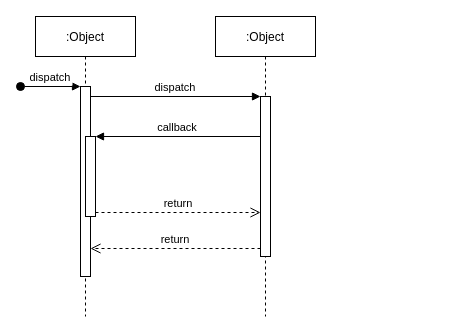
The draw.io diagram Untitled Diagram.drawio in zq2020520/-, before the edit. Source tidied: cells renumbered, new cells numbered last; positions are measured from the earlier drawing's top-left corner, leaving out a move shared by most shapes. Both pictures are drawn from the tidied source at 100%, with x=0, y=0 at pixel (20, 16).
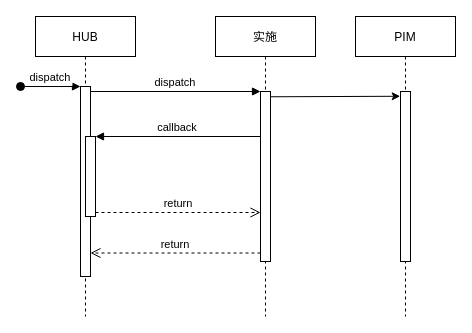
Above is the later version.

Change to the diagram source:
```diff
@@
 <mxGraphModel>
   <root>
     <mxCell id="0" />
     <mxCell id="1" parent="0" />
-    <mxCell id="2" value=":Object" style="shape=umlLifeline;perimeter=lifelinePerimeter;rounded=0;shadow=0;strokeWidth=1;" parent="1" vertex="1">
+    <mxCell id="2" value="HUB" style="shape=umlLifeline;perimeter=lifelinePerimeter;rounded=0;shadow=0;strokeWidth=1;" parent="1" vertex="1">
       <mxGeometry x="15" width="100" height="300" as="geometry" />
     </mxCell>
     <mxCell id="3" style="points=[];perimeter=orthogonalPerimeter;rounded=0;shadow=0;strokeWidth=1;" parent="2" vertex="1">
       <mxGeometry x="45" y="70" width="10" height="190" as="geometry" />
     </mxCell>
     <mxCell id="4" value="dispatch" style="verticalAlign=bottom;startArrow=oval;endArrow=block;startSize=8;shadow=0;strokeWidth=1;" parent="2" edge="1" target="3">
       <mxGeometry relative="1" as="geometry">
         <mxPoint x="-15" y="70" as="sourcePoint" />
       </mxGeometry>
     </mxCell>
     <mxCell id="5" style="points=[];perimeter=orthogonalPerimeter;rounded=0;shadow=0;strokeWidth=1;" parent="2" vertex="1">
       <mxGeometry x="50" y="120" width="10" height="80" as="geometry" />
     </mxCell>
-    <mxCell id="6" value=":Object" style="shape=umlLifeline;perimeter=lifelinePerimeter;rounded=0;shadow=0;strokeWidth=1;" parent="1" vertex="1">
+    <mxCell id="6" value="实施" style="shape=umlLifeline;perimeter=lifelinePerimeter;rounded=0;shadow=0;strokeWidth=1;" parent="1" vertex="1">
       <mxGeometry x="195" width="100" height="300" as="geometry" />
     </mxCell>
     <mxCell id="7" style="points=[];perimeter=orthogonalPerimeter;rounded=0;shadow=0;strokeWidth=1;" parent="6" vertex="1">
-      <mxGeometry x="45" y="80" width="10" height="160" as="geometry" />
+      <mxGeometry x="45" y="75" width="10" height="170" as="geometry" />
     </mxCell>
     <mxCell id="8" value="return" style="verticalAlign=bottom;endArrow=open;dashed=1;endSize=8;exitX=0;exitY=0.95;shadow=0;strokeWidth=1;" parent="1" edge="1" source="7" target="3">
       <mxGeometry relative="1" as="geometry" />
     </mxCell>
     <mxCell id="9" value="dispatch" style="verticalAlign=bottom;endArrow=block;entryX=0;entryY=0;shadow=0;strokeWidth=1;" parent="1" edge="1" source="3" target="7">
       <mxGeometry relative="1" as="geometry" />
     </mxCell>
     <mxCell id="10" value="callback" style="verticalAlign=bottom;endArrow=block;entryX=1;entryY=0;shadow=0;strokeWidth=1;" parent="1" edge="1" source="7" target="5">
       <mxGeometry relative="1" as="geometry" />
     </mxCell>
     <mxCell id="11" value="return" style="verticalAlign=bottom;endArrow=open;dashed=1;endSize=8;exitX=1;exitY=0.95;shadow=0;strokeWidth=1;" parent="1" edge="1" source="5" target="7">
       <mxGeometry relative="1" as="geometry" />
     </mxCell>
+    <mxCell id="12" value="PIM" style="shape=umlLifeline;perimeter=lifelinePerimeter;rounded=0;shadow=0;strokeWidth=1;" parent="1" vertex="1">
+      <mxGeometry x="335" width="100" height="300" as="geometry" />
+    </mxCell>
+    <mxCell id="13" style="points=[];perimeter=orthogonalPerimeter;rounded=0;shadow=0;strokeWidth=1;" parent="12" vertex="1">
+      <mxGeometry x="45" y="75" width="10" height="170" as="geometry" />
+    </mxCell>
+    <mxCell id="14" style="endArrow=classic;html=1;exitX=1.045;exitY=0.031;exitDx=0;exitDy=0;exitPerimeter=0;entryX=-0.031;entryY=0.028;entryDx=0;entryDy=0;entryPerimeter=0;" parent="1" edge="1" source="7" target="13">
+      <mxGeometry relative="1" as="geometry" />
+    </mxCell>
   </root>
 </mxGraphModel>
```
